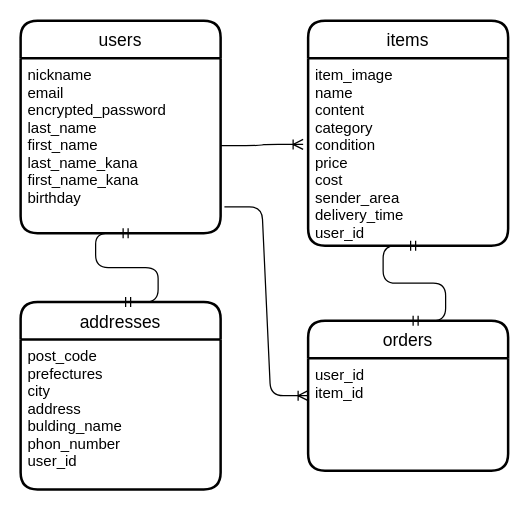
Above: page "ページ1" (1 of 2) of furima-38311.dio in sawao8/furima-38311 (draw.io), before the change. Source tidied: cells renumbered, new cells numbered last; positions are measured from the earlier drawing's top-left corner, leaving out a move shared by most shapes. Both pictures are drawn from the tidied source at 125%, with x=0, y=0 at pixel (20, 20).
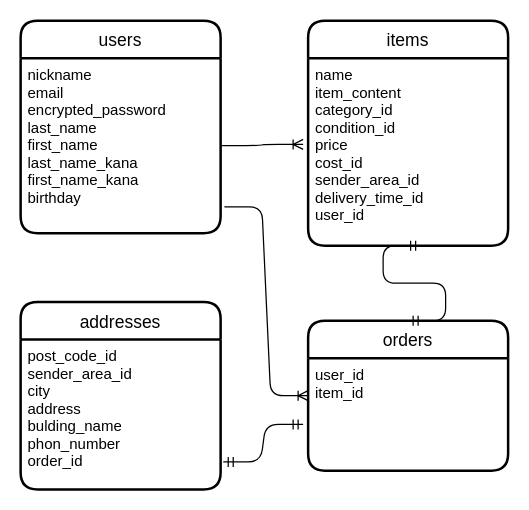
Above is the later version.

Commit message (it also covers changes not shown here):
データベース設計の修正

What changed in the source:
```diff
@@
 <mxGraphModel>
   <root>
     <mxCell id="0" />
     <mxCell id="1" parent="0" />
     <mxCell id="2" value="users" style="swimlane;horizontal=1;startSize=30;rounded=1;fontSize=14;fontStyle=0;strokeWidth=2;shadow=0;dashed=0;align=center;" parent="1" vertex="1">
       <mxGeometry width="160" height="170" as="geometry" />
     </mxCell>
     <mxCell id="3" value="nickname&#10;email&#10;encrypted_password&#10;last_name&#10;first_name&#10;last_name_kana&#10;first_name_kana&#10;birthday" style="align=left;strokeColor=none;fillColor=none;spacingLeft=4;fontSize=12;verticalAlign=top;" parent="2" vertex="1">
       <mxGeometry y="30" width="160" height="140" as="geometry" />
     </mxCell>
     <mxCell id="4" value="items" style="swimlane;horizontal=1;startSize=30;rounded=1;fontSize=14;fontStyle=0;strokeWidth=2;shadow=0;dashed=0;align=center;" parent="1" vertex="1">
       <mxGeometry x="230" width="160" height="180" as="geometry" />
     </mxCell>
-    <mxCell id="5" value="item_image&#10;name&#10;content&#10;category&#10;condition&#10;price&#10;cost&#10;sender_area&#10;delivery_time&#10;user_id" style="align=left;strokeColor=none;fillColor=none;spacingLeft=4;fontSize=12;verticalAlign=top;" parent="4" vertex="1">
+    <mxCell id="5" value="name&#10;item_content&#10;category_id&#10;condition_id&#10;price&#10;cost_id&#10;sender_area_id&#10;delivery_time_id&#10;user_id" style="align=left;strokeColor=none;fillColor=none;spacingLeft=4;fontSize=12;verticalAlign=top;" parent="4" vertex="1">
       <mxGeometry y="30" width="160" height="150" as="geometry" />
     </mxCell>
     <mxCell id="6" value="addresses" style="swimlane;horizontal=1;startSize=30;rounded=1;fontSize=14;fontStyle=0;strokeWidth=2;shadow=0;dashed=0;align=center;" parent="1" vertex="1">
       <mxGeometry y="225" width="160" height="150" as="geometry" />
     </mxCell>
-    <mxCell id="7" value="post_code&#10;prefectures&#10;city&#10;address&#10;bulding_name&#10;phon_number&#10;user_id" style="align=left;strokeColor=none;fillColor=none;spacingLeft=4;fontSize=12;verticalAlign=top;" parent="6" vertex="1">
+    <mxCell id="7" value="post_code_id&#10;sender_area_id&#10;city&#10;address&#10;bulding_name&#10;phon_number&#10;order_id&#10;" style="align=left;strokeColor=none;fillColor=none;spacingLeft=4;fontSize=12;verticalAlign=top;" parent="6" vertex="1">
       <mxGeometry y="30" width="160" height="120" as="geometry" />
     </mxCell>
     <mxCell id="8" value="orders" style="swimlane;horizontal=1;startSize=30;rounded=1;fontSize=14;fontStyle=0;strokeWidth=2;shadow=0;dashed=0;align=center;" parent="1" vertex="1">
       <mxGeometry x="230" y="240" width="160" height="120" as="geometry" />
     </mxCell>
     <mxCell id="9" value="user_id&#10;item_id" style="align=left;strokeColor=none;fillColor=none;spacingLeft=4;fontSize=12;verticalAlign=top;" parent="8" vertex="1">
       <mxGeometry y="30" width="160" height="90" as="geometry" />
     </mxCell>
     <mxCell id="10" style="edgeStyle=none;html=1;exitX=1;exitY=0.25;exitDx=0;exitDy=0;" parent="1" edge="1" source="3">
       <mxGeometry relative="1" as="geometry">
         <mxPoint x="160" y="65" as="targetPoint" />
       </mxGeometry>
     </mxCell>
     <mxCell id="11" style="edgeStyle=entityRelationEdgeStyle;fontSize=12;html=1;endArrow=ERoneToMany;exitX=1;exitY=0.5;exitDx=0;exitDy=0;entryX=-0.025;entryY=0.46;entryDx=0;entryDy=0;entryPerimeter=0;" parent="1" edge="1" source="3" target="5">
       <mxGeometry relative="1" as="geometry" />
     </mxCell>
     <mxCell id="12" style="edgeStyle=entityRelationEdgeStyle;fontSize=12;html=1;endArrow=ERoneToMany;exitX=1.019;exitY=0.85;exitDx=0;exitDy=0;exitPerimeter=0;entryX=0;entryY=0.5;entryDx=0;entryDy=0;" parent="1" edge="1" source="3" target="8">
       <mxGeometry relative="1" as="geometry" />
     </mxCell>
     <mxCell id="13" style="edgeStyle=entityRelationEdgeStyle;fontSize=12;html=1;endArrow=ERmandOne;startArrow=ERmandOne;exitX=0.5;exitY=0;exitDx=0;exitDy=0;" parent="1" edge="1" source="8">
       <mxGeometry relative="1" as="geometry">
         <mxPoint x="320" y="180" as="targetPoint" />
       </mxGeometry>
     </mxCell>
-    <mxCell id="14" style="edgeStyle=entityRelationEdgeStyle;fontSize=12;html=1;endArrow=ERmandOne;startArrow=ERmandOne;exitX=0.5;exitY=0;exitDx=0;exitDy=0;" parent="1" edge="1" source="6">
-      <mxGeometry relative="1" as="geometry">
-        <mxPoint x="90" y="170" as="targetPoint" />
-      </mxGeometry>
-    </mxCell>
+    <mxCell id="15" style="edgeStyle=entityRelationEdgeStyle;fontSize=12;html=1;endArrow=ERmandOne;startArrow=ERmandOne;entryX=-0.025;entryY=0.589;entryDx=0;entryDy=0;entryPerimeter=0;exitX=1.013;exitY=0.817;exitDx=0;exitDy=0;exitPerimeter=0;" parent="1" edge="1" source="7" target="9">
+      <mxGeometry relative="1" as="geometry" />
+    </mxCell>
   </root>
 </mxGraphModel>
```
